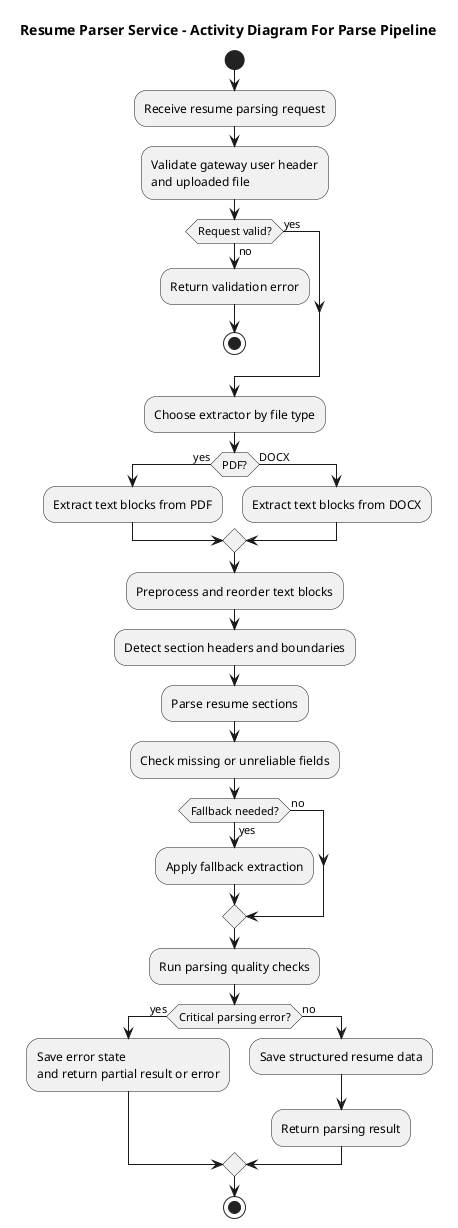
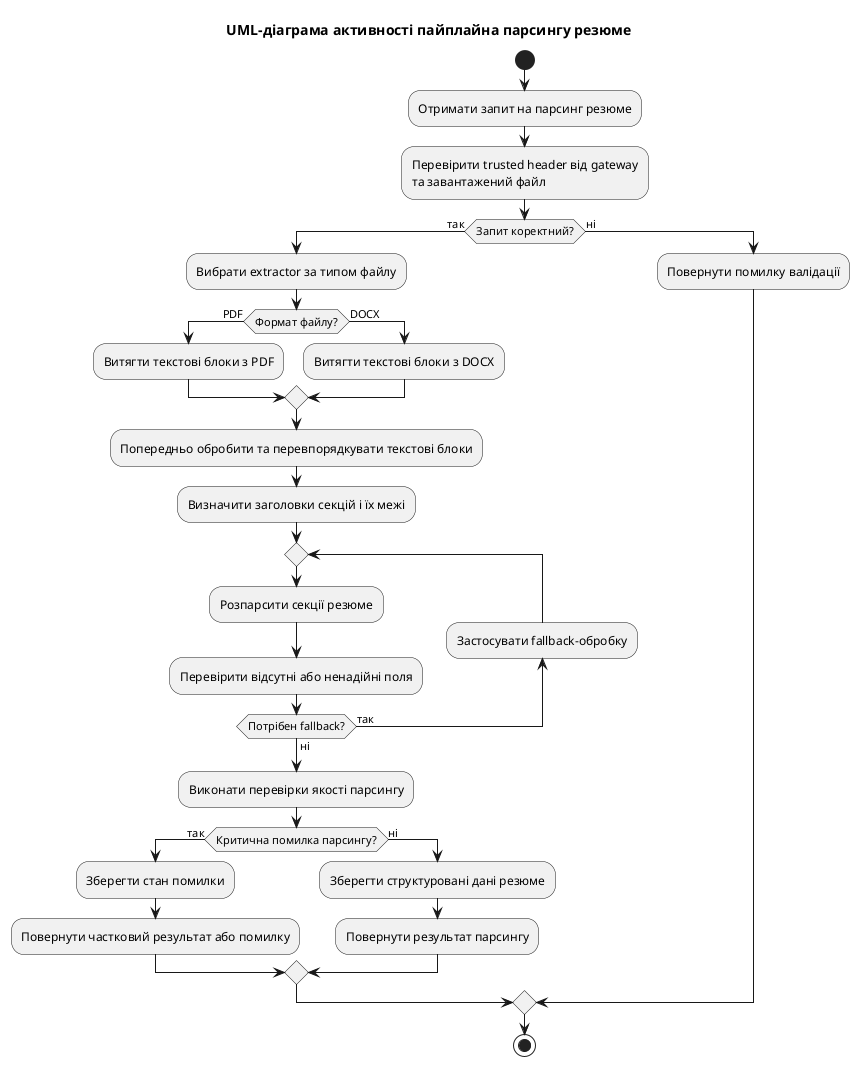
@startuml
- title Resume Parser Service - Activity Diagram For Parse Pipeline
+ title UML-діаграма активності пайплайна парсингу резюме

start

- :Receive resume parsing request;
- :Validate gateway user header\nand uploaded file;
+ :Отримати запит на парсинг резюме;
+ :Перевірити trusted header від gateway\nта завантажений файл;

- if (Request valid?) then (yes)
- else (no)
-   :Return validation error;
-   stop
- endif
+ if (Запит коректний?) then (так)
+   :Вибрати extractor за типом файлу;

- :Choose extractor by file type;
+   if (Формат файлу?) then (PDF)
+     :Витягти текстові блоки з PDF;
+   else (DOCX)
+     :Витягти текстові блоки з DOCX;
+   endif

- if (PDF?) then (yes)
-   :Extract text blocks from PDF;
- else (DOCX)
-   :Extract text blocks from DOCX;
- endif
+   :Попередньо обробити та перевпорядкувати текстові блоки;
+   :Визначити заголовки секцій і їх межі;
+   repeat
+     :Розпарсити секції резюме;
+     :Перевірити відсутні або ненадійні поля;
+   backward :Застосувати fallback-обробку;
+   repeat while (Потрібен fallback?) is (так) not (ні)

- :Preprocess and reorder text blocks;
- :Detect section headers and boundaries;
- :Parse resume sections;
- :Check missing or unreliable fields;
+   :Виконати перевірки якості парсингу;

- if (Fallback needed?) then (yes)
-   :Apply fallback extraction;
- else (no)
- endif
- 
- :Run parsing quality checks;
- 
- if (Critical parsing error?) then (yes)
-   :Save error state\nand return partial result or error;
- else (no)
-   :Save structured resume data;
-   :Return parsing result;
+   if (Критична помилка парсингу?) then (так)
+     :Зберегти стан помилки;
+     :Повернути частковий результат або помилку;
+   else (ні)
+     :Зберегти структуровані дані резюме;
+     :Повернути результат парсингу;
+   endif
+ else (ні)
+   :Повернути помилку валідації;
endif

stop
@enduml
